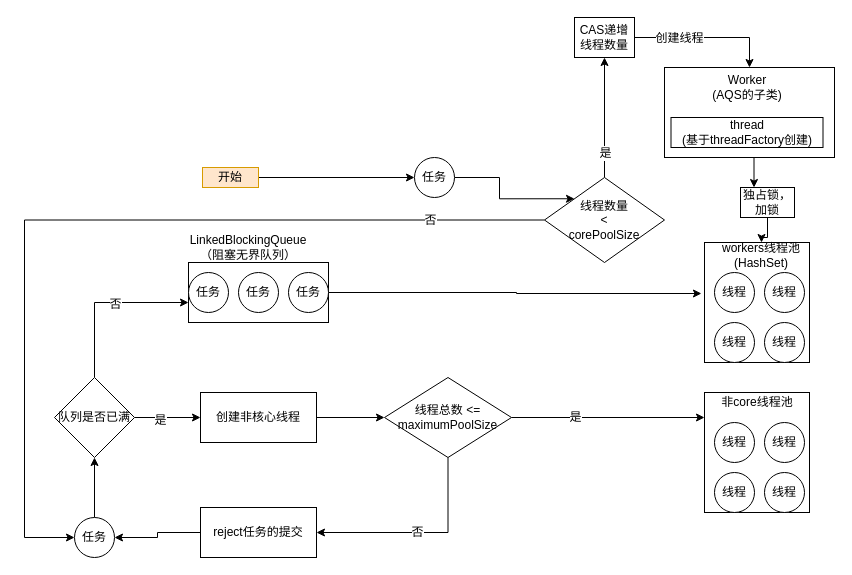
chenshuai1995/a-imgs keeps this draw.io diagram as 并发编程/12_fixed线程池原理.drawio. Above is the earlier version. Source tidied: cells renumbered, new cells numbered last; positions are measured from the earlier drawing's top-left corner, leaving out a move shared by most shapes. Both pictures are drawn from the tidied source at 100%, with x=0, y=0 at pixel (24, 17).
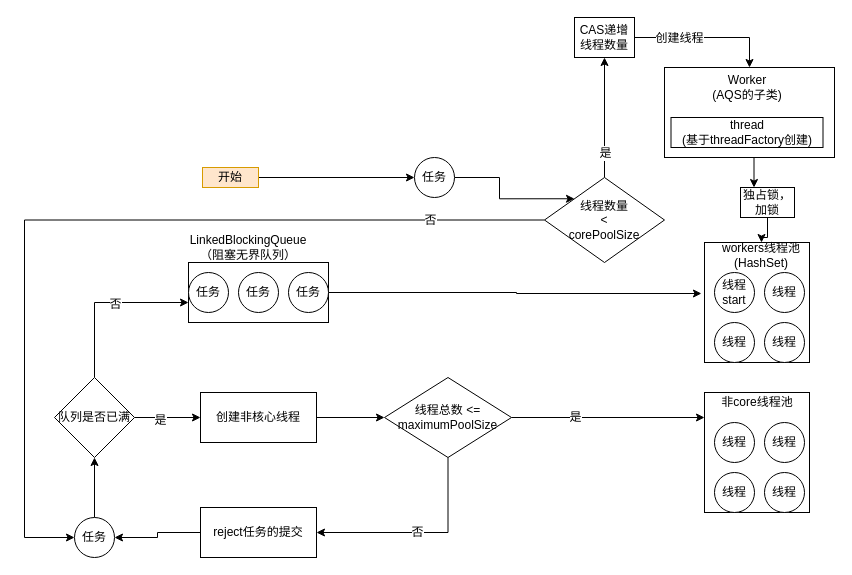
After the change.

Commit message (it also covers changes not shown here):
更新12_fixed线程池原理.drawio

Change to the diagram source:
```diff
@@
-    <mxCell id="3" value="线程" style="ellipse;whiteSpace=wrap;html=1;" parent="1" vertex="1">
+    <mxCell id="3" value="线程&lt;br&gt;start" style="ellipse;whiteSpace=wrap;html=1;" parent="1" vertex="1">
       <mxGeometry x="690" y="255" width="40" height="40" as="geometry" />
     </mxCell>
```
